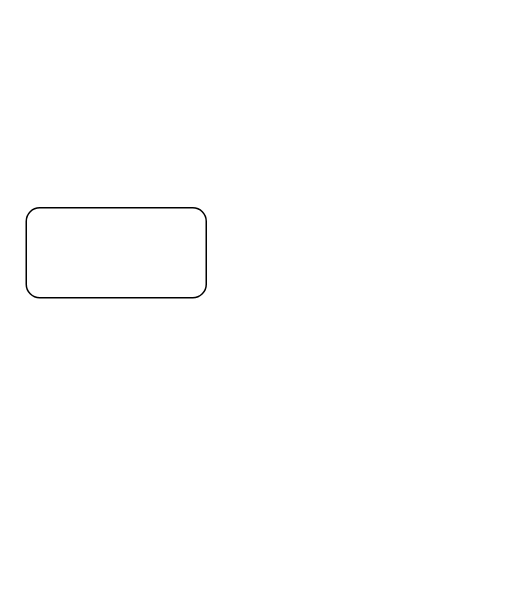
Before: vendoraDesign.drawio in oasisHello/tensorly, a draw.io diagram. Source tidied: cells renumbered, new cells numbered last; positions are measured from the earlier drawing's top-left corner, leaving out a move shared by most shapes. Both pictures are drawn from the tidied source at 150%, with x=0, y=0 at pixel (26, 207).
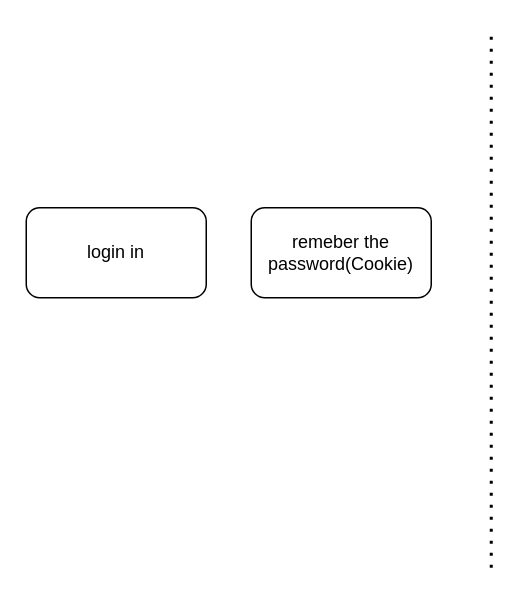
The same page after the edit.

What changed in the source:
```diff
@@
 <mxGraphModel>
   <root>
     <mxCell id="0" />
     <mxCell id="1" parent="0" />
-    <mxCell id="2" style="rounded=1;whiteSpace=wrap;html=1;" parent="1" vertex="1">
+    <mxCell id="2" value="login in" style="rounded=1;whiteSpace=wrap;html=1;" parent="1" vertex="1">
       <mxGeometry width="120" height="60" as="geometry" />
     </mxCell>
+    <mxCell id="3" style="endArrow=none;dashed=1;html=1;dashPattern=1 3;strokeWidth=2;rounded=0;" parent="1" edge="1">
+      <mxGeometry relative="1" as="geometry">
+        <mxPoint x="310" y="240" as="sourcePoint" />
+        <mxPoint x="310" y="-120" as="targetPoint" />
+      </mxGeometry>
+    </mxCell>
+    <mxCell id="4" value="remeber the password(Cookie)" style="rounded=1;whiteSpace=wrap;html=1;" parent="1" vertex="1">
+      <mxGeometry x="150" width="120" height="60" as="geometry" />
+    </mxCell>
   </root>
 </mxGraphModel>
```
